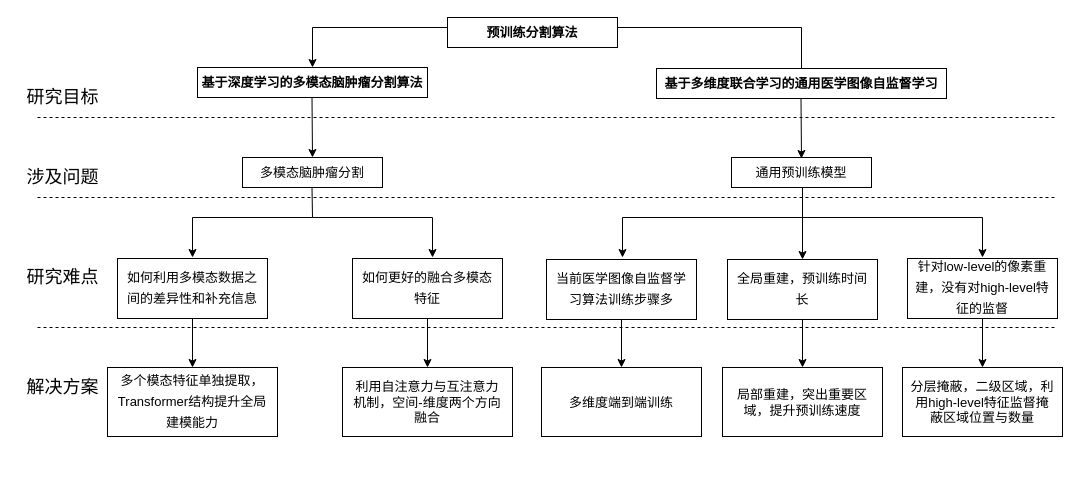
The draw.io diagram Untitled Diagram.drawio in 920232796/test, before the edit. Source tidied: cells renumbered, new cells numbered last; positions are measured from the earlier drawing's top-left corner, leaving out a move shared by most shapes. Both pictures are drawn from the tidied source at 100%, with x=0, y=0 at pixel (17, 17).
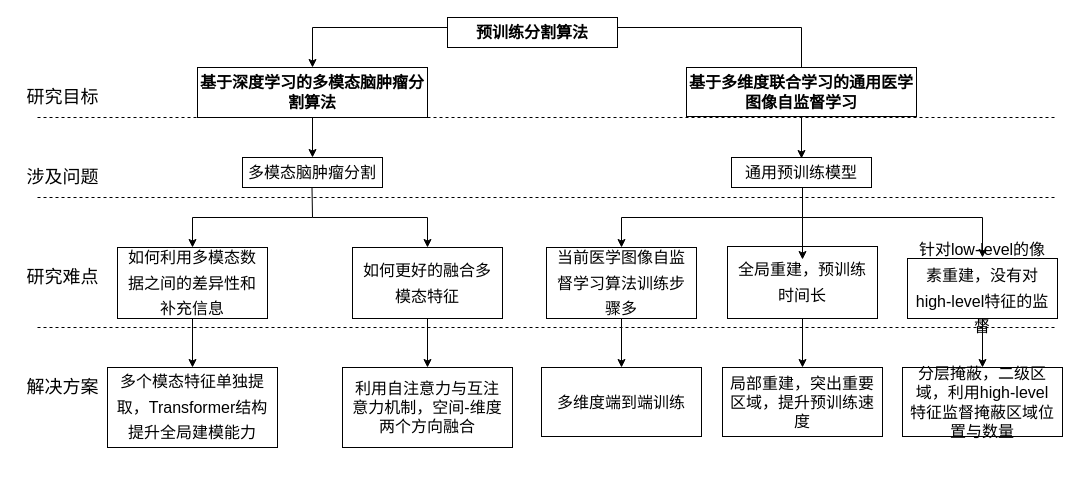
Above is the later version.

The edit, as a diff of the source:
```diff
@@
-    <mxCell id="2" value="&lt;b style=&quot;font-size: 13px;&quot;&gt;基于深度学习的多模态脑肿瘤分割算法&lt;/b&gt;" style="rounded=0;whiteSpace=wrap;html=1;fontSize=13;" parent="1" vertex="1">
-      <mxGeometry x="180" y="50" width="230" height="30" as="geometry" />
+    <mxCell id="2" value="&lt;b style=&quot;font-size: 16px;&quot;&gt;基于深度学习的多模态脑肿瘤分割算法&lt;/b&gt;" style="rounded=0;whiteSpace=wrap;html=1;fontSize=16;spacing=3;" parent="1" vertex="1">
+      <mxGeometry x="180" y="50" width="230" height="50" as="geometry" />
     </mxCell>
-    <mxCell id="3" style="edgeStyle=orthogonalEdgeStyle;rounded=0;jettySize=auto;html=1;entryX=0.5;entryY=0;entryDx=0;entryDy=0;" parent="1" edge="1" source="4" target="2">
+    <mxCell id="3" style="edgeStyle=orthogonalEdgeStyle;rounded=0;jettySize=auto;html=1;entryX=0.5;entryY=0;entryDx=0;entryDy=0;fontSize=16;" parent="1" edge="1" source="4" target="2">
       <mxGeometry relative="1" as="geometry">
         <Array as="points">
           <mxPoint x="784" y="10" />
           <mxPoint x="295" y="10" />
         </Array>
       </mxGeometry>
     </mxCell>
-    <mxCell id="4" value="&lt;b style=&quot;font-size: 13px;&quot;&gt;基于多维度联合学习的通用医学图像自监督学习&lt;/b&gt;" style="rounded=0;whiteSpace=wrap;html=1;fontSize=13;" parent="1" vertex="1">
-      <mxGeometry x="639" y="51" width="290" height="30" as="geometry" />
+    <mxCell id="4" value="&lt;b style=&quot;font-size: 16px;&quot;&gt;基于多维度联合学习的通用医学图像自监督学习&lt;/b&gt;" style="rounded=0;whiteSpace=wrap;html=1;fontSize=16;spacing=3;" parent="1" vertex="1">
+      <mxGeometry x="669" y="50" width="230" height="49" as="geometry" />
     </mxCell>
-    <mxCell id="5" style="endArrow=classic;html=1;rounded=0;fontSize=13;" parent="1" edge="1">
+    <mxCell id="5" style="endArrow=classic;html=1;rounded=0;fontSize=16;" parent="1" edge="1">
       <mxGeometry relative="1" as="geometry">
-        <mxPoint x="294.5" y="80" as="sourcePoint" />
+        <mxPoint x="295" y="100" as="sourcePoint" />
         <mxPoint x="295" y="140" as="targetPoint" />
       </mxGeometry>
     </mxCell>
-    <mxCell id="6" value="&lt;span style=&quot;font-size: 13px;&quot;&gt;多模态脑肿瘤分割&lt;/span&gt;" style="rounded=0;whiteSpace=wrap;html=1;fontSize=13;fontStyle=0;" parent="1" vertex="1">
+    <mxCell id="6" value="&lt;span style=&quot;font-size: 16px;&quot;&gt;多模态脑肿瘤分割&lt;/span&gt;" style="rounded=0;whiteSpace=wrap;html=1;fontSize=16;fontStyle=0;" parent="1" vertex="1">
       <mxGeometry x="225" y="140" width="140" height="30" as="geometry" />
     </mxCell>
-    <mxCell id="7" value="&lt;span style=&quot;font-size: 13px;&quot;&gt;通用预训练模型&lt;/span&gt;" style="rounded=0;whiteSpace=wrap;html=1;fontSize=13;fontStyle=0;" parent="1" vertex="1">
+    <mxCell id="7" value="&lt;span style=&quot;font-size: 16px;&quot;&gt;通用预训练模型&lt;/span&gt;" style="rounded=0;whiteSpace=wrap;html=1;fontSize=16;fontStyle=0;" parent="1" vertex="1">
       <mxGeometry x="714" y="140" width="140" height="30" as="geometry" />
     </mxCell>
-    <mxCell id="8" style="endArrow=classic;html=1;rounded=0;fontSize=13;" parent="1" edge="1">
+    <mxCell id="8" style="endArrow=classic;html=1;rounded=0;fontSize=16;" parent="1" edge="1">
       <mxGeometry relative="1" as="geometry">
-        <mxPoint x="783.5" y="81" as="sourcePoint" />
+        <mxPoint x="784" y="100" as="sourcePoint" />
         <mxPoint x="784" y="141" as="targetPoint" />
       </mxGeometry>
     </mxCell>
-    <mxCell id="9" style="endArrow=classic;html=1;rounded=0;fontSize=13;" parent="1" edge="1">
+    <mxCell id="9" style="endArrow=classic;html=1;rounded=0;fontSize=16;entryX=0.5;entryY=0;entryDx=0;entryDy=0;" parent="1" edge="1" target="11">
       <mxGeometry relative="1" as="geometry">
         <mxPoint x="294.5" y="170" as="sourcePoint" />
-        <mxPoint x="175" y="240" as="targetPoint" />
         <Array as="points">
           <mxPoint x="295" y="200" />
           <mxPoint x="175" y="200" />
         </Array>
       </mxGeometry>
     </mxCell>
-    <mxCell id="10" style="edgeStyle=orthogonalEdgeStyle;rounded=0;jettySize=auto;html=1;fontSize=13;fontColor=none;" parent="1" edge="1" source="11" target="24">
+    <mxCell id="10" style="edgeStyle=orthogonalEdgeStyle;rounded=0;jettySize=auto;html=1;fontSize=16;fontColor=none;" parent="1" edge="1" source="11" target="24">
       <mxGeometry relative="1" as="geometry" />
     </mxCell>
-    <mxCell id="11" value="&lt;span style=&quot;line-height: 1.6 ; font-size: 13px&quot;&gt;如何利用多模态数据之间的差异性和补充信息&lt;/span&gt;" style="rounded=0;whiteSpace=wrap;html=1;spacingTop=0;spacing=9;fontSize=13;fontStyle=0;" parent="1" vertex="1">
-      <mxGeometry x="100" y="241" width="150" height="60" as="geometry" />
+    <mxCell id="11" value="&lt;span style=&quot;line-height: 1.6; font-size: 16px;&quot;&gt;如何利用多模态数据之间的差异性和补充信息&lt;/span&gt;" style="rounded=0;whiteSpace=wrap;html=1;spacingTop=0;spacing=9;fontSize=16;fontStyle=0;" parent="1" vertex="1">
+      <mxGeometry x="100" y="230" width="150" height="71" as="geometry" />
     </mxCell>
-    <mxCell id="12" style="edgeStyle=orthogonalEdgeStyle;rounded=0;jettySize=auto;html=1;fontSize=13;fontColor=none;" parent="1" edge="1" source="13" target="25">
+    <mxCell id="12" style="edgeStyle=orthogonalEdgeStyle;rounded=0;jettySize=auto;html=1;fontSize=16;fontColor=none;" parent="1" edge="1" source="13" target="25">
       <mxGeometry relative="1" as="geometry" />
     </mxCell>
-    <mxCell id="13" value="&lt;span style=&quot;line-height: 1.6&quot;&gt;如何更好的融合多模态特征&lt;/span&gt;" style="rounded=0;whiteSpace=wrap;html=1;spacingTop=0;spacing=9;fontSize=13;fontStyle=0;" parent="1" vertex="1">
-      <mxGeometry x="335" y="241" width="150" height="60" as="geometry" />
+    <mxCell id="13" value="&lt;span style=&quot;line-height: 1.6; font-size: 16px;&quot;&gt;如何更好的融合多模态特征&lt;/span&gt;" style="rounded=0;whiteSpace=wrap;html=1;spacingTop=0;spacing=9;fontSize=16;fontStyle=0;" parent="1" vertex="1">
+      <mxGeometry x="335" y="230" width="150" height="71" as="geometry" />
     </mxCell>
-    <mxCell id="14" style="endArrow=classic;html=1;rounded=0;fontSize=13;" parent="1" edge="1">
+    <mxCell id="14" style="endArrow=classic;html=1;rounded=0;fontSize=16;entryX=0.5;entryY=0;entryDx=0;entryDy=0;" parent="1" edge="1" target="13">
       <mxGeometry relative="1" as="geometry">
         <mxPoint x="295" y="200" as="sourcePoint" />
-        <mxPoint x="415" y="240" as="targetPoint" />
         <Array as="points">
-          <mxPoint x="415" y="200" />
+          <mxPoint x="410" y="200" />
         </Array>
       </mxGeometry>
     </mxCell>
-    <mxCell id="15" style="endArrow=classic;html=1;rounded=0;fontSize=13;" parent="1" edge="1">
+    <mxCell id="15" style="endArrow=classic;html=1;rounded=0;fontSize=16;entryX=0.5;entryY=0;entryDx=0;entryDy=0;" parent="1" edge="1" target="17">
       <mxGeometry relative="1" as="geometry">
         <mxPoint x="785" y="170" as="sourcePoint" />
-        <mxPoint x="605" y="240" as="targetPoint" />
         <Array as="points">
           <mxPoint x="785" y="200" />
-          <mxPoint x="605" y="200" />
+          <mxPoint x="604" y="200" />
         </Array>
       </mxGeometry>
     </mxCell>
-    <mxCell id="16" style="edgeStyle=orthogonalEdgeStyle;rounded=0;jettySize=auto;html=1;fontSize=13;fontColor=none;" parent="1" edge="1" source="17" target="26">
+    <mxCell id="16" style="edgeStyle=orthogonalEdgeStyle;rounded=0;jettySize=auto;html=1;fontSize=16;fontColor=none;" parent="1" edge="1" source="17" target="26">
       <mxGeometry relative="1" as="geometry" />
     </mxCell>
-    <mxCell id="17" value="&lt;span style=&quot;line-height: 1.6&quot;&gt;当前医学图像自监督学习算法训练步骤多&lt;/span&gt;" style="rounded=0;whiteSpace=wrap;html=1;spacingTop=0;spacing=9;fontSize=13;fontStyle=0;" parent="1" vertex="1">
-      <mxGeometry x="529" y="242" width="150" height="60" as="geometry" />
+    <mxCell id="17" value="&lt;span style=&quot;line-height: 1.6; font-size: 16px;&quot;&gt;当前医学图像自监督学习算法训练步骤多&lt;/span&gt;" style="rounded=0;whiteSpace=wrap;html=1;spacingTop=0;spacing=9;fontSize=16;fontStyle=0;" parent="1" vertex="1">
+      <mxGeometry x="529" y="230" width="150" height="71" as="geometry" />
     </mxCell>
-    <mxCell id="18" style="edgeStyle=orthogonalEdgeStyle;rounded=0;jettySize=auto;html=1;fontSize=13;fontColor=none;" parent="1" edge="1" source="19" target="28">
+    <mxCell id="18" style="edgeStyle=orthogonalEdgeStyle;rounded=0;jettySize=auto;html=1;fontSize=16;fontColor=none;" parent="1" edge="1" source="19" target="28">
       <mxGeometry relative="1" as="geometry" />
     </mxCell>
-    <mxCell id="19" value="&lt;span style=&quot;line-height: 1.6&quot;&gt;针对low-level的像素重建，没有对high-level特征的监督&lt;/span&gt;" style="rounded=0;whiteSpace=wrap;html=1;spacingTop=0;spacing=9;fontSize=13;fontStyle=0;" parent="1" vertex="1">
+    <mxCell id="19" value="&lt;span style=&quot;line-height: 1.6; font-size: 16px;&quot;&gt;针对low-level的像素重建，没有对high-level特征的监督&lt;/span&gt;" style="rounded=0;whiteSpace=wrap;html=1;spacingTop=0;spacing=9;fontSize=16;fontStyle=0;" parent="1" vertex="1">
       <mxGeometry x="890" y="241" width="150" height="60" as="geometry" />
     </mxCell>
-    <mxCell id="20" style="endArrow=classic;html=1;rounded=0;fontSize=13;" parent="1" edge="1">
+    <mxCell id="20" style="endArrow=classic;html=1;rounded=0;fontSize=16;" parent="1" edge="1">
       <mxGeometry relative="1" as="geometry">
         <mxPoint x="785" y="200" as="sourcePoint" />
         <mxPoint x="965" y="240" as="targetPoint" />
         <Array as="points">
           <mxPoint x="965" y="200" />
         </Array>
       </mxGeometry>
     </mxCell>
-    <mxCell id="21" style="edgeStyle=orthogonalEdgeStyle;rounded=0;jettySize=auto;html=1;fontSize=13;fontColor=none;" parent="1" edge="1" source="22" target="27">
+    <mxCell id="21" style="edgeStyle=orthogonalEdgeStyle;rounded=0;jettySize=auto;html=1;fontSize=16;fontColor=none;" parent="1" edge="1" source="22" target="27">
       <mxGeometry relative="1" as="geometry" />
     </mxCell>
-    <mxCell id="22" value="&lt;span style=&quot;line-height: 1.6&quot;&gt;全局重建，预训练时间长&lt;/span&gt;" style="rounded=0;whiteSpace=wrap;html=1;spacingTop=0;spacing=9;fontSize=13;fontStyle=0;" parent="1" vertex="1">
-      <mxGeometry x="710" y="242" width="150" height="60" as="geometry" />
+    <mxCell id="22" value="&lt;span style=&quot;line-height: 1.6; font-size: 16px;&quot;&gt;全局重建，预训练时间长&lt;/span&gt;" style="rounded=0;whiteSpace=wrap;html=1;spacingTop=0;spacing=9;fontSize=16;fontStyle=0;" parent="1" vertex="1">
+      <mxGeometry x="710" y="229" width="150" height="72" as="geometry" />
     </mxCell>
-    <mxCell id="23" style="endArrow=classic;html=1;rounded=0;fontSize=13;" parent="1" edge="1">
+    <mxCell id="23" style="endArrow=classic;html=1;rounded=0;fontSize=16;" parent="1" edge="1">
       <mxGeometry relative="1" as="geometry">
         <mxPoint x="785" y="200" as="sourcePoint" />
         <mxPoint x="785" y="242" as="targetPoint" />
       </mxGeometry>
     </mxCell>
-    <mxCell id="24" value="&lt;p style=&quot;line-height: 1.6&quot;&gt;多个模态特征单独提取，Transformer结构提升全局建模能力&lt;/p&gt;" style="whiteSpace=wrap;html=1;fontSize=13;rounded=0;spacingTop=0;spacing=9;fontStyle=0;" parent="1" vertex="1">
-      <mxGeometry x="90" y="350" width="170" height="69" as="geometry" />
+    <mxCell id="24" value="&lt;p style=&quot;line-height: 1.6; font-size: 16px;&quot;&gt;多个模态特征单独提取，Transformer结构提升全局建模能力&lt;/p&gt;" style="whiteSpace=wrap;html=1;fontSize=16;rounded=0;spacingTop=0;spacing=9;fontStyle=0;" parent="1" vertex="1">
+      <mxGeometry x="90" y="350" width="170" height="80" as="geometry" />
     </mxCell>
-    <mxCell id="25" value="利用自注意力与互注意力机制，空间-维度两个方向融合" style="whiteSpace=wrap;html=1;fontSize=13;rounded=0;spacingTop=0;spacing=9;fontStyle=0;" parent="1" vertex="1">
-      <mxGeometry x="325" y="350" width="170" height="69" as="geometry" />
+    <mxCell id="25" value="利用自注意力与互注意力机制，空间-维度两个方向融合" style="whiteSpace=wrap;html=1;fontSize=16;rounded=0;spacingTop=0;spacing=9;fontStyle=0;" parent="1" vertex="1">
+      <mxGeometry x="325" y="350" width="170" height="80" as="geometry" />
     </mxCell>
-    <mxCell id="26" value="多维度端到端训练" style="whiteSpace=wrap;html=1;fontSize=13;rounded=0;spacingTop=0;spacing=9;fontStyle=0;" parent="1" vertex="1">
+    <mxCell id="26" value="多维度端到端训练" style="whiteSpace=wrap;html=1;fontSize=16;rounded=0;spacingTop=0;spacing=9;fontStyle=0;" parent="1" vertex="1">
       <mxGeometry x="524" y="350" width="160" height="69" as="geometry" />
     </mxCell>
-    <mxCell id="27" value="局部重建，突出重要区域，提升预训练速度" style="whiteSpace=wrap;html=1;fontSize=13;rounded=0;spacingTop=0;spacing=9;fontStyle=0;" parent="1" vertex="1">
+    <mxCell id="27" value="局部重建，突出重要区域，提升预训练速度" style="whiteSpace=wrap;html=1;fontSize=16;rounded=0;spacingTop=0;spacing=9;fontStyle=0;" parent="1" vertex="1">
       <mxGeometry x="705" y="350" width="160" height="69" as="geometry" />
     </mxCell>
-    <mxCell id="28" value="分层掩蔽，二级区域，利用high-level特征监督掩蔽区域位置与数量" style="whiteSpace=wrap;html=1;fontSize=13;rounded=0;spacingTop=0;spacing=9;fontStyle=0;" parent="1" vertex="1">
+    <mxCell id="28" value="分层掩蔽，二级区域，利用high-level特征监督掩蔽区域位置与数量" style="whiteSpace=wrap;html=1;fontSize=16;rounded=0;spacingTop=0;spacing=9;fontStyle=0;" parent="1" vertex="1">
       <mxGeometry x="885" y="350" width="160" height="69" as="geometry" />
     </mxCell>
@@
-    <mxCell id="36" value="&lt;b style=&quot;font-size: 13px;&quot;&gt;预训练分割算法&lt;/b&gt;" style="rounded=0;whiteSpace=wrap;html=1;fontSize=13;" parent="1" vertex="1">
+    <mxCell id="36" value="&lt;b style=&quot;font-size: 16px;&quot;&gt;预训练分割算法&lt;/b&gt;" style="rounded=0;whiteSpace=wrap;html=1;fontSize=16;" parent="1" vertex="1">
       <mxGeometry x="430" width="170" height="30" as="geometry" />
     </mxCell>
```
